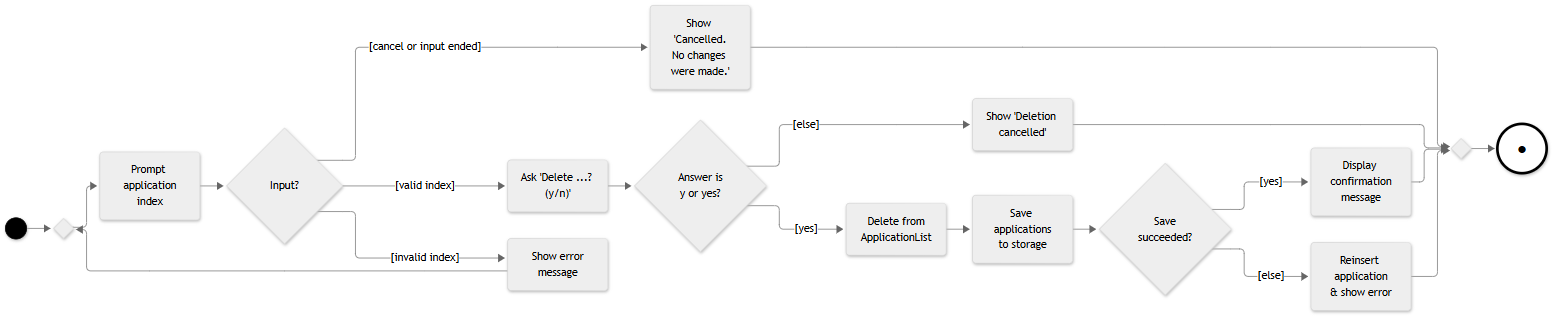
AY2627S1-CS2113-T10-2/tp keeps this Mermaid diagram as docs/diagrams/delete-application-activity.png. Above is the earlier version. Its source is kept beside it as docs/diagrams/sources/delete-application-activity.mmd.
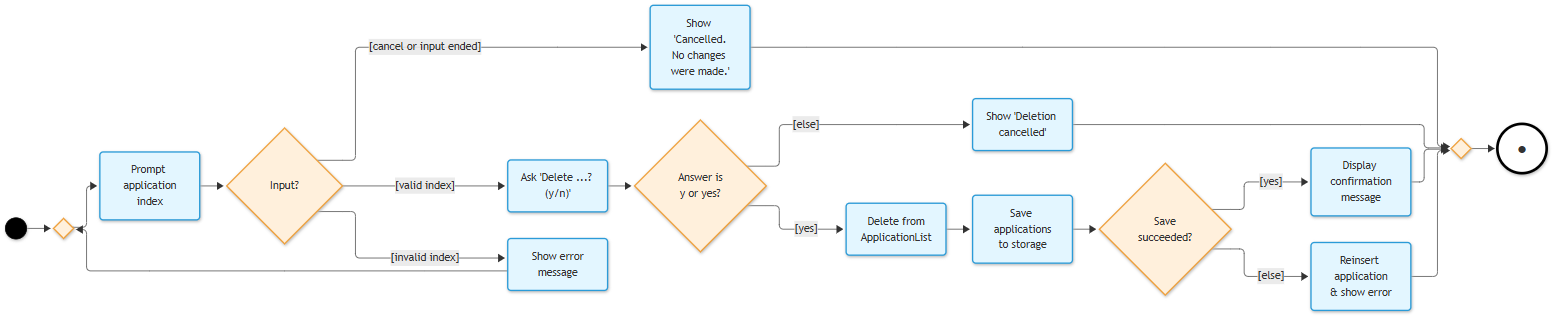
The same file after the commit.

Change to the diagram source:
```diff
@@ -1,23 +1,25 @@
-%%{init: {'theme': 'neutral'}}%%
+%%{init: {'theme': 'default'}}%%
 flowchart LR
-    Start(( )):::start --> MergePrompt{ }
-    MergePrompt --> Prompt("Prompt application<br/>index")
-    Prompt --> Input{"Input?"}
-    Input -->|"[cancel or input ended]"| ShowCancel("Show 'Cancelled.<br/>No changes were made.'")
-    Input -->|"[invalid index]"| ShowErr("Show error<br/>message")
+    Start(( )):::start --> MergePrompt{ }:::decision
+    MergePrompt --> Prompt("Prompt application<br/>index"):::action
+    Prompt --> Input{"Input?"}:::decision
+    Input -->|"[cancel or input ended]"| ShowCancel("Show 'Cancelled.<br/>No changes were made.'"):::action
+    Input -->|"[invalid index]"| ShowErr("Show error<br/>message"):::action
     ShowErr --> MergePrompt
-    Input -->|"[valid index]"| Ask("Ask 'Delete ...? (y/n)'")
-    Ask --> Confirm{"Answer is<br/>y or yes?"}
-    Confirm -->|"[else]"| ShowKept("Show 'Deletion cancelled'")
-    Confirm -->|"[yes]"| Del("Delete from<br/>ApplicationList")
-    Del --> Save("Save applications<br/>to storage")
-    Save --> Saved{"Save<br/>succeeded?"}
-    Saved -->|"[yes]"| Show("Display confirmation<br/>message")
-    Saved -->|"[else]"| Restore("Reinsert application<br/>& show error")
-    ShowCancel --> MergeEnd{ }
+    Input -->|"[valid index]"| Ask("Ask 'Delete ...? (y/n)'"):::action
+    Ask --> Confirm{"Answer is<br/>y or yes?"}:::decision
+    Confirm -->|"[else]"| ShowKept("Show 'Deletion cancelled'"):::action
+    Confirm -->|"[yes]"| Del("Delete from<br/>ApplicationList"):::action
+    Del --> Save("Save applications<br/>to storage"):::action
+    Save --> Saved{"Save<br/>succeeded?"}:::decision
+    Saved -->|"[yes]"| Show("Display confirmation<br/>message"):::action
+    Saved -->|"[else]"| Restore("Reinsert application<br/>& show error"):::action
+    ShowCancel --> MergeEnd{ }:::decision
     ShowKept --> MergeEnd
     Show --> MergeEnd
     Restore --> MergeEnd
     MergeEnd --> End(("●")):::finish
     classDef start fill:#000,stroke:#000
     classDef finish fill:#fff,stroke:#000,stroke-width:4px,font-size:26px
+    classDef action fill:#e3f6ff,stroke:#2b9bd8,stroke-width:2px
+    classDef decision fill:#fff0dc,stroke:#f0a03a,stroke-width:2px
```
